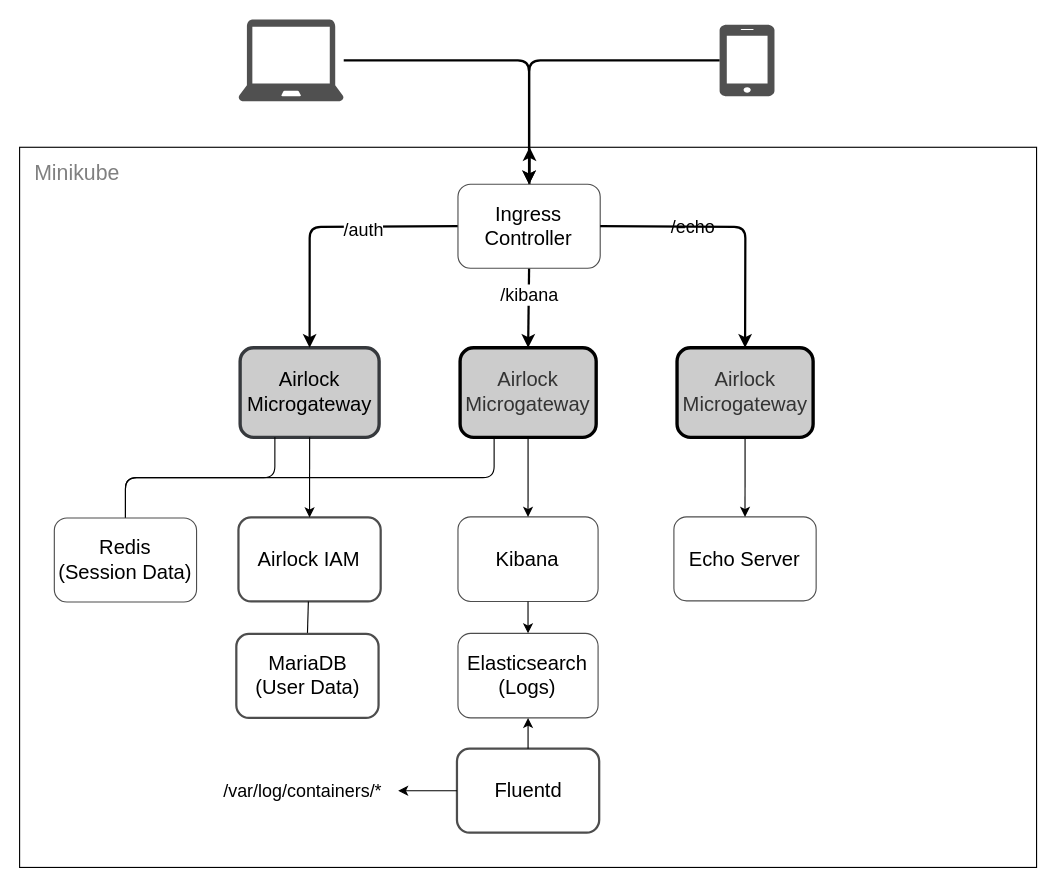
ergon/airlock-minikube-example keeps this draw.io diagram as .github/images/overview.drawio. Above is the earlier version. Source tidied: cells renumbered, new cells numbered last; positions are measured from the earlier drawing's top-left corner, leaving out a move shared by most shapes. Both pictures are drawn from the tidied source at 112%, with x=0, y=0 at pixel (19, 19).
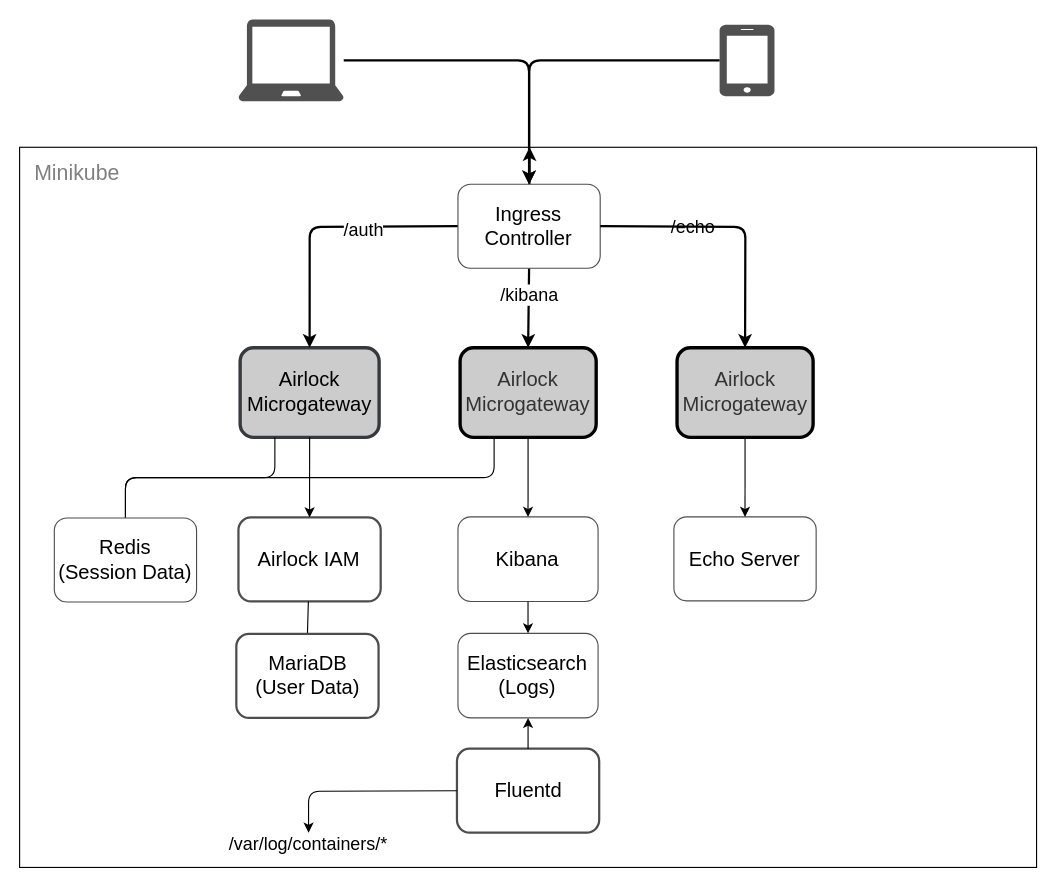
The same diagram, later.

Commit message (it also covers changes not shown here):
CHG: Improved description in the overview.

The change refers to these unchanged cells:
```xml
<mxCell id="25" value="Fluentd" style="rounded=1;whiteSpace=wrap;html=1;strokeColor=#4D4D4D;fillColor=#ffffff;align=center;labelBackgroundColor=none;fontSize=18;fontStyle=0;fontColor=#000000;strokeWidth=2;shadow=0;" parent="1" vertex="1">
  <mxGeometry x="390.5" y="651" width="127" height="75" as="geometry" />
</mxCell>
```

Change to the diagram source:
```diff
@@
     <mxCell id="33" value="/var/log/containers/*" style="text;html=1;strokeColor=none;fillColor=none;align=center;verticalAlign=middle;whiteSpace=wrap;rounded=0;fontSize=16;" parent="1" vertex="1">
-      <mxGeometry x="168" y="678.5" width="170" height="20" as="geometry" />
+      <mxGeometry x="173" y="726" width="170" height="20" as="geometry" />
     </mxCell>
-    <mxCell id="34" style="endArrow=classic;html=1;fontSize=16;exitX=0;exitY=0.5;exitDx=0;exitDy=0;entryX=1;entryY=0.5;entryDx=0;entryDy=0;" parent="1" edge="1" source="25" target="33">
-      <mxGeometry relative="1" as="geometry" />
+    <mxCell id="34" style="endArrow=classic;html=1;fontSize=16;exitX=0;exitY=0.5;exitDx=0;exitDy=0;entryX=0.5;entryY=0;entryDx=0;entryDy=0;rounded=1;" parent="1" edge="1" source="25" target="33">
+      <mxGeometry relative="1" as="geometry">
+        <Array as="points">
+          <mxPoint x="258" y="689" />
+        </Array>
+      </mxGeometry>
     </mxCell>
```
